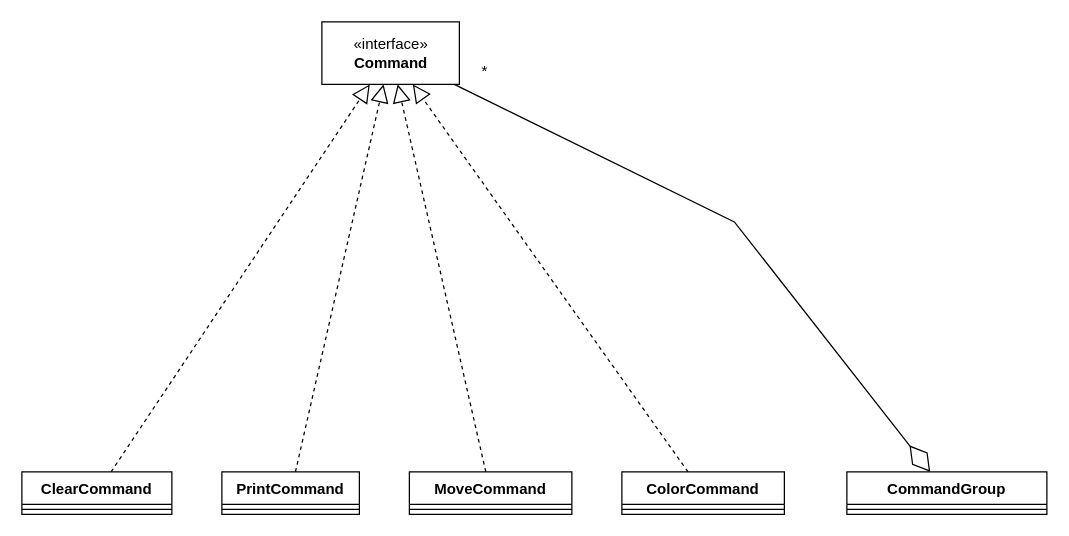
The draw.io diagram Command.drawio in wansook0316/DesignPattern-15-Command, before the edit. Source tidied: cells renumbered, new cells numbered last; positions are measured from the earlier drawing's top-left corner, leaving out a move shared by most shapes. Both pictures are drawn from the tidied source at 125%, with x=0, y=0 at pixel (21, 21).
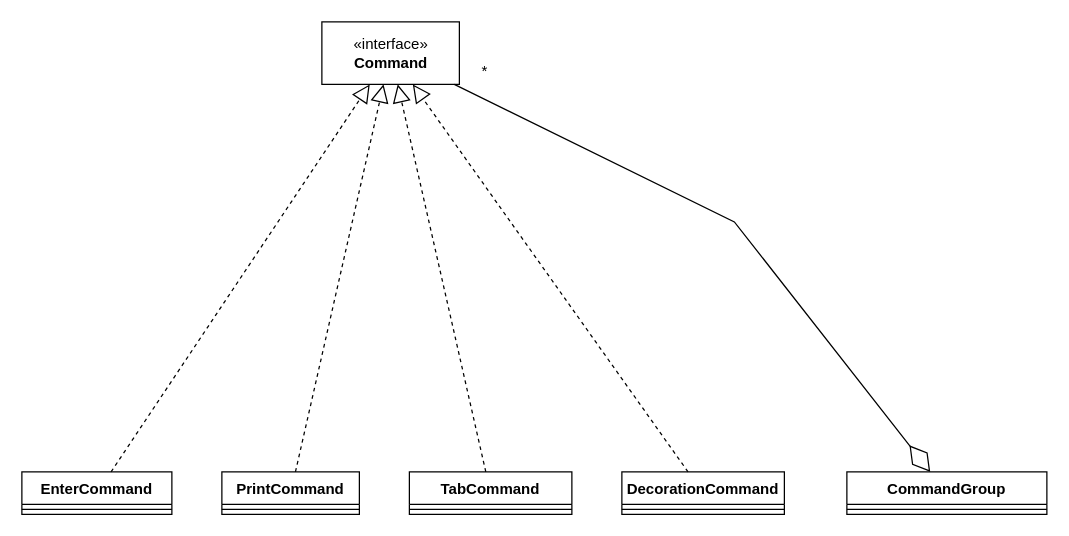
The same diagram, later.

Diff of the diagram source:
```diff
@@
-    <mxCell id="2" value="ClearCommand" style="swimlane;fontStyle=1;align=center;verticalAlign=top;horizontal=1;startSize=26;" parent="1" vertex="1">
+    <mxCell id="2" value="EnterCommand" style="swimlane;fontStyle=1;align=center;verticalAlign=top;horizontal=1;startSize=26;" parent="1" vertex="1">
       <mxGeometry y="360" width="120" height="34" as="geometry" />
     </mxCell>
@@
-    <mxCell id="6" value="MoveCommand" style="swimlane;fontStyle=1;align=center;verticalAlign=top;horizontal=1;startSize=26;" parent="1" vertex="1">
+    <mxCell id="6" value="TabCommand" style="swimlane;fontStyle=1;align=center;verticalAlign=top;horizontal=1;startSize=26;" parent="1" vertex="1">
       <mxGeometry x="310" y="360" width="130" height="34" as="geometry" />
     </mxCell>
@@
-    <mxCell id="8" value="ColorCommand" style="swimlane;fontStyle=1;align=center;verticalAlign=top;horizontal=1;startSize=26;" parent="1" vertex="1">
+    <mxCell id="8" value="DecorationCommand" style="swimlane;fontStyle=1;align=center;verticalAlign=top;horizontal=1;startSize=26;" parent="1" vertex="1">
       <mxGeometry x="480" y="360" width="130" height="34" as="geometry" />
     </mxCell>
```
